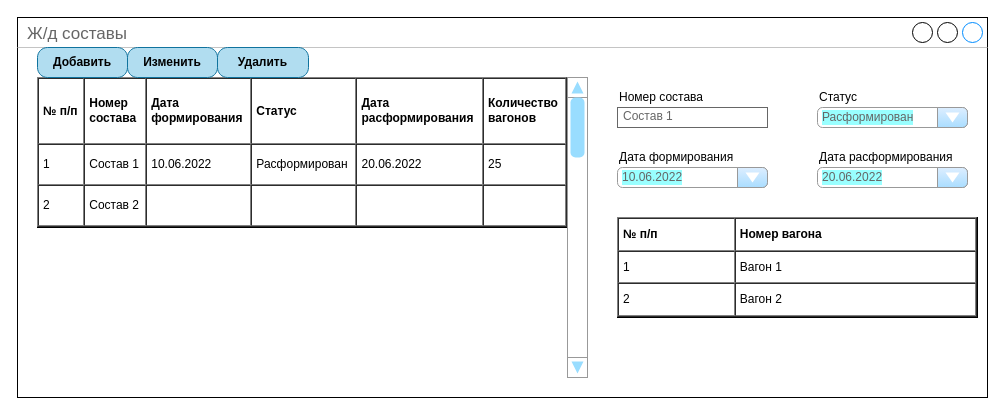
The draw.io diagram Экранная форма для формирования состава.drawio in tvolodi/abitech, before the edit. Source tidied: cells renumbered, new cells numbered last; positions are measured from the earlier drawing's top-left corner, leaving out a move shared by most shapes. Both pictures are drawn from the tidied source at 100%, with x=0, y=0 at pixel (17, 17).
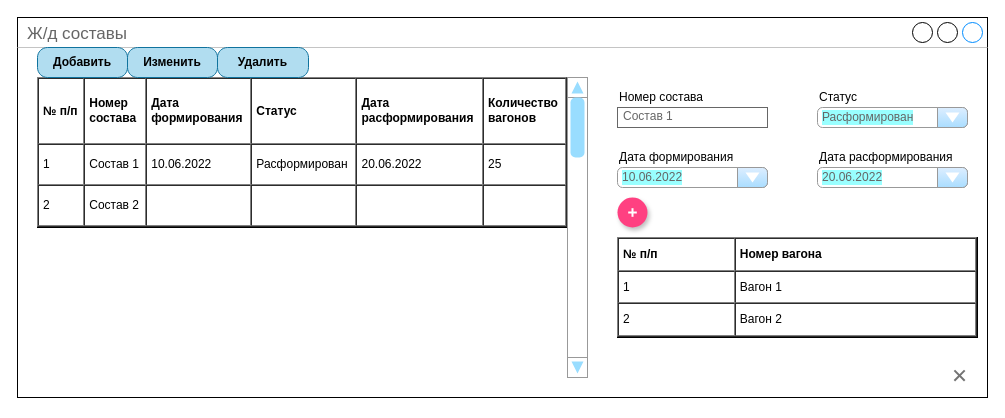
The same diagram, later.

Change to the diagram source:
```diff
@@
     <mxCell id="16" value="&lt;table cellpadding=&quot;4&quot; cellspacing=&quot;0&quot; border=&quot;1&quot; style=&quot;font-size:1em;width:100%;height:100%;&quot;&gt;&lt;tbody&gt;&lt;tr&gt;&lt;th&gt;№ п/п&lt;/th&gt;&lt;th&gt;Номер вагона&lt;/th&gt;&lt;/tr&gt;&lt;tr&gt;&lt;td&gt;1&lt;/td&gt;&lt;td&gt;Вагон 1&lt;/td&gt;&lt;/tr&gt;&lt;tr&gt;&lt;td&gt;2&lt;/td&gt;&lt;td&gt;Вагон 2&lt;/td&gt;&lt;/tr&gt;&lt;/tbody&gt;&lt;/table&gt; " style="verticalAlign=top;align=left;overflow=fill;fontSize=12;fontFamily=Helvetica;html=1;" parent="1" vertex="1">
-      <mxGeometry x="600" y="200" width="360" height="100" as="geometry" />
+      <mxGeometry x="600" y="220" width="360" height="100" as="geometry" />
     </mxCell>
+    <mxCell id="17" style="shape=ellipse;dashed=0;strokeColor=none;shadow=1;fontSize=13;align=center;verticalAlign=top;labelPosition=center;verticalLabelPosition=bottom;html=1;labelBackgroundColor=#99FFFF;fontColor=#000000;fillColor=none;" parent="1" vertex="1">
+      <mxGeometry x="924" y="340" width="36" height="36" as="geometry" />
+    </mxCell>
+    <mxCell id="18" style="dashed=0;html=1;shape=mxgraph.gmdl.x;strokeColor=#737373;strokeWidth=2;shadow=0;sketch=0;labelBackgroundColor=#99FFFF;fontSize=12;fontColor=#000000;fillColor=none;" parent="17" vertex="1">
+      <mxGeometry x="12.9" y="12.9" width="10.3" height="10.3" as="geometry" />
+    </mxCell>
+    <mxCell id="19" style="shape=ellipse;fillColor=#FF4081;strokeColor=none;shadow=1;sketch=0;labelBackgroundColor=#99FFFF;fontSize=12;fontColor=#000000;" parent="1" vertex="1">
+      <mxGeometry x="600" y="180" width="30" height="30" as="geometry" />
+    </mxCell>
+    <mxCell id="20" style="dashed=0;html=1;shape=mxgraph.gmdl.plus;strokeColor=#ffffff;strokeWidth=2;shadow=0;sketch=0;labelBackgroundColor=#99FFFF;fontSize=12;fontColor=#000000;fillColor=none;" parent="19" vertex="1">
+      <mxGeometry x="10.7" y="10.7" width="8.6" height="8.6" as="geometry" />
+    </mxCell>
```
